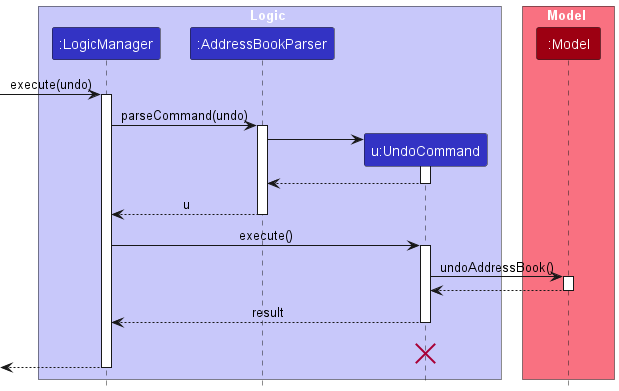
Before: docs/images/UndoSequenceDiagram-Logic.png, a diagram exported from PlantUML (nus-cs2103-AY2425S1/tp).
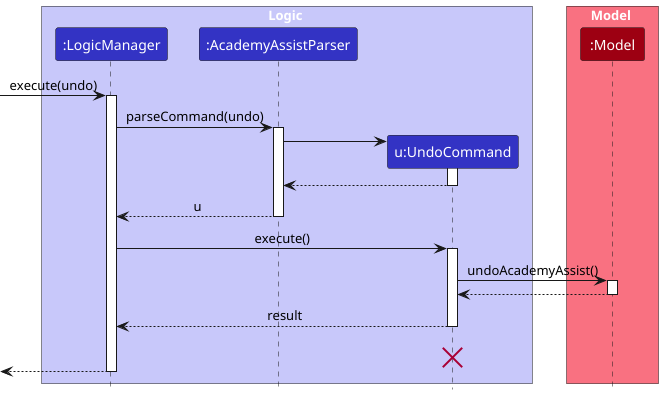
The same diagram one commit later.

Diff of the diagram source:
```diff
@@ -4,7 +4,7 @@
 
 box Logic LOGIC_COLOR_T1
 participant ":LogicManager" as LogicManager LOGIC_COLOR
-participant ":AddressBookParser" as AddressBookParser LOGIC_COLOR
+participant ":AcademyAssistParser" as AcademyAssistParser LOGIC_COLOR
 participant "u:UndoCommand" as UndoCommand LOGIC_COLOR
 end box
 
@@ -14,23 +14,23 @@
 [-> LogicManager : execute(undo)
 activate LogicManager
 
-LogicManager -> AddressBookParser : parseCommand(undo)
-activate AddressBookParser
+LogicManager -> AcademyAssistParser : parseCommand(undo)
+activate AcademyAssistParser
 
 create UndoCommand
-AddressBookParser -> UndoCommand
+AcademyAssistParser -> UndoCommand
 activate UndoCommand
 
-UndoCommand --> AddressBookParser
+UndoCommand --> AcademyAssistParser
 deactivate UndoCommand
 
-AddressBookParser --> LogicManager : u
-deactivate AddressBookParser
+AcademyAssistParser --> LogicManager : u
+deactivate AcademyAssistParser
 
 LogicManager -> UndoCommand : execute()
 activate UndoCommand
 
-UndoCommand -> Model : undoAddressBook()
+UndoCommand -> Model : undoAcademyAssist()
 activate Model
 
 Model --> UndoCommand
```
